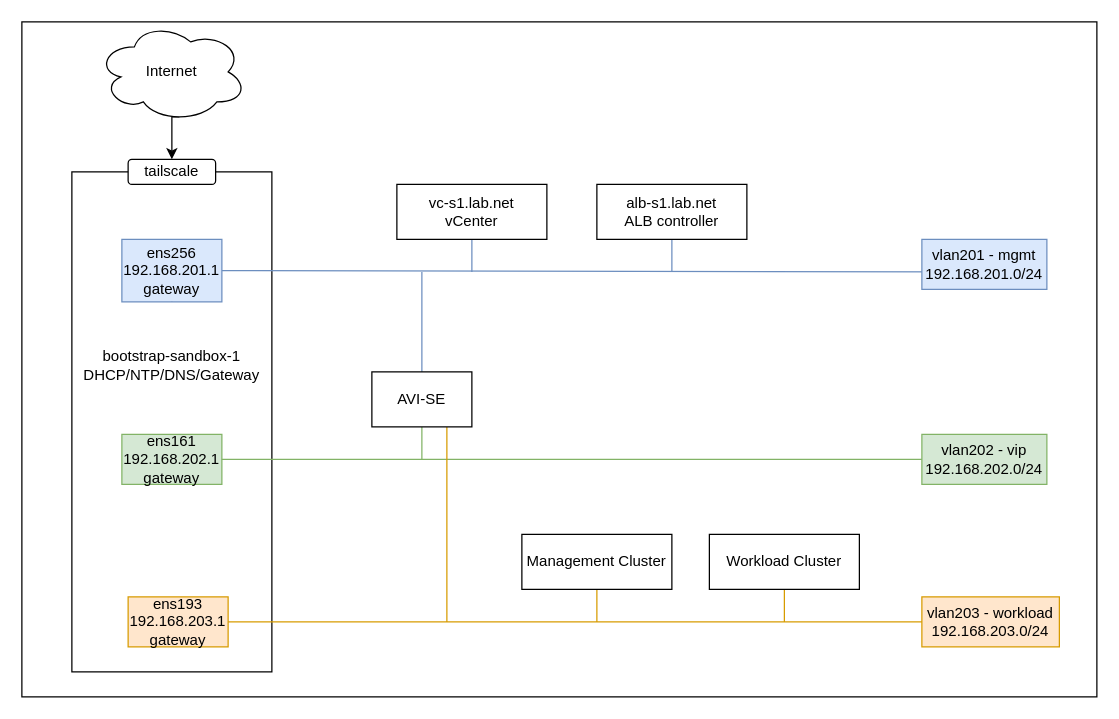
Earlier version of the draw.io diagram sandbox.drawio (egtm/training-tkgm). Source tidied: cells renumbered, new cells numbered last; positions are measured from the earlier drawing's top-left corner, leaving out a move shared by most shapes. Both pictures are drawn from the tidied source at 125%, with x=0, y=0 at pixel (21, 21).
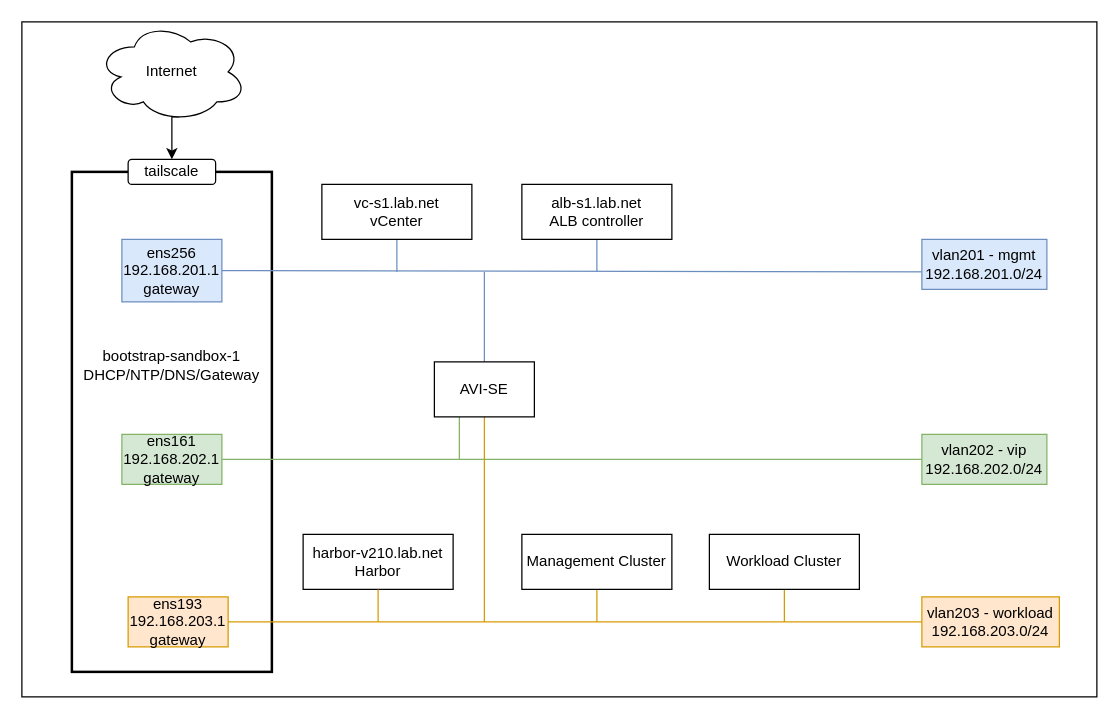
The same diagram, later.

Change to the diagram source:
```diff
@@
-    <mxCell id="3" style="rounded=0;whiteSpace=wrap;html=1;" parent="1" vertex="1">
+    <mxCell id="3" style="rounded=0;whiteSpace=wrap;html=1;strokeWidth=2;" parent="1" vertex="1">
       <mxGeometry x="40" y="120" width="160" height="400" as="geometry" />
     </mxCell>
@@
     <mxCell id="12" style="rounded=0;jettySize=auto;html=1;exitX=0.5;exitY=1;exitDx=0;exitDy=0;endArrow=none;endFill=0;fillColor=#dae8fc;strokeColor=#6c8ebf;" parent="1" edge="1" source="13">
       <mxGeometry relative="1" as="geometry">
-        <mxPoint x="360" y="200" as="targetPoint" />
+        <mxPoint x="300" y="200" as="targetPoint" />
       </mxGeometry>
     </mxCell>
     <mxCell id="13" value="vc-s1.lab.net&lt;div&gt;vCenter&lt;/div&gt;" style="rounded=0;whiteSpace=wrap;html=1;" parent="1" vertex="1">
-      <mxGeometry x="300" y="130" width="120" height="44" as="geometry" />
+      <mxGeometry x="240" y="130" width="120" height="44" as="geometry" />
     </mxCell>
     <mxCell id="14" style="rounded=0;jettySize=auto;html=1;exitX=0.5;exitY=1;exitDx=0;exitDy=0;endArrow=none;endFill=0;fillColor=#dae8fc;strokeColor=#6c8ebf;" parent="1" edge="1" source="15">
       <mxGeometry relative="1" as="geometry">
-        <mxPoint x="520" y="200" as="targetPoint" />
+        <mxPoint x="460" y="200" as="targetPoint" />
       </mxGeometry>
     </mxCell>
     <mxCell id="15" value="alb-s1.lab.net&lt;div&gt;ALB controller&lt;/div&gt;" style="rounded=0;whiteSpace=wrap;html=1;" parent="1" vertex="1">
-      <mxGeometry x="460" y="130" width="120" height="44" as="geometry" />
+      <mxGeometry x="400" y="130" width="120" height="44" as="geometry" />
     </mxCell>
-    <mxCell id="16" style="rounded=0;jettySize=auto;html=1;exitX=0.5;exitY=1;exitDx=0;exitDy=0;endArrow=none;endFill=0;fillColor=#d5e8d4;strokeColor=#82b366;" parent="1" edge="1" source="19">
+    <mxCell id="16" style="rounded=0;jettySize=auto;html=1;exitX=0.25;exitY=1;exitDx=0;exitDy=0;endArrow=none;endFill=0;fillColor=#d5e8d4;strokeColor=#82b366;" parent="1" edge="1" source="19">
       <mxGeometry relative="1" as="geometry">
-        <mxPoint x="320" y="350" as="targetPoint" />
+        <mxPoint x="350" y="350" as="targetPoint" />
       </mxGeometry>
     </mxCell>
     <mxCell id="17" style="rounded=0;jettySize=auto;html=1;exitX=0.5;exitY=0;exitDx=0;exitDy=0;endArrow=none;endFill=0;fillColor=#dae8fc;strokeColor=#6c8ebf;" parent="1" edge="1" source="19">
       <mxGeometry relative="1" as="geometry">
-        <mxPoint x="320" y="200" as="targetPoint" />
+        <mxPoint x="370" y="200" as="targetPoint" />
       </mxGeometry>
     </mxCell>
-    <mxCell id="18" style="rounded=0;jettySize=auto;html=1;exitX=0.75;exitY=1;exitDx=0;exitDy=0;endArrow=none;endFill=0;fillColor=#ffe6cc;strokeColor=#d79b00;" parent="1" edge="1" source="19">
+    <mxCell id="18" style="rounded=0;jettySize=auto;html=1;exitX=0.5;exitY=1;exitDx=0;exitDy=0;endArrow=none;endFill=0;fillColor=#ffe6cc;strokeColor=#d79b00;" parent="1" edge="1" source="19">
       <mxGeometry relative="1" as="geometry">
-        <mxPoint x="340" y="480" as="targetPoint" />
+        <mxPoint x="370" y="480" as="targetPoint" />
       </mxGeometry>
     </mxCell>
     <mxCell id="19" value="AVI-SE" style="rounded=0;whiteSpace=wrap;html=1;" parent="1" vertex="1">
-      <mxGeometry x="280" y="280" width="80" height="44" as="geometry" />
+      <mxGeometry x="330" y="272" width="80" height="44" as="geometry" />
     </mxCell>
@@
+    <mxCell id="32" value="harbor-v210.lab.net&lt;div&gt;Harbor&lt;/div&gt;" style="rounded=0;whiteSpace=wrap;html=1;" parent="1" vertex="1">
+      <mxGeometry x="225" y="410" width="120" height="44" as="geometry" />
+    </mxCell>
+    <mxCell id="33" style="rounded=0;jettySize=auto;html=1;endArrow=none;endFill=0;fillColor=#ffe6cc;strokeColor=#d79b00;entryX=0.5;entryY=1;entryDx=0;entryDy=0;" parent="1" edge="1" target="32">
+      <mxGeometry relative="1" as="geometry">
+        <mxPoint x="285" y="480" as="sourcePoint" />
+      </mxGeometry>
+    </mxCell>
```
